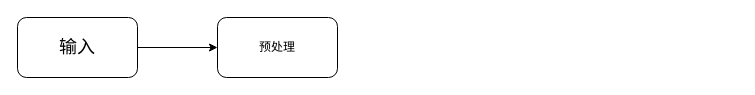
Saiable/drawio keeps this draw.io diagram as 2024工作年度总结.drawio. Above is the earlier version. Source tidied: cells renumbered, new cells numbered last; positions are measured from the earlier drawing's top-left corner, leaving out a move shared by most shapes. Both pictures are drawn from the tidied source at 100%, with x=0, y=0 at pixel (17, 17).
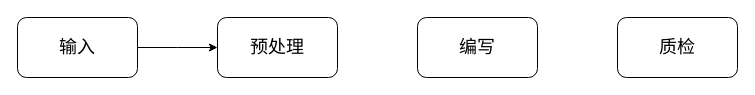
The same page after the edit.

Commit message (it also covers changes not shown here):
更新2024工作年度总结.drawio

Change to the diagram source:
```diff
@@
 <mxGraphModel>
   <root>
     <mxCell id="0" />
     <mxCell id="1" parent="0" />
-    <mxCell id="2" style="edgeStyle=orthogonalEdgeStyle;rounded=0;jettySize=auto;html=1;" parent="1" edge="1" source="3" target="4">
-      <mxGeometry relative="1" as="geometry" />
+    <mxCell id="2" style="edgeStyle=orthogonalEdgeStyle;rounded=0;jettySize=auto;html=1;" parent="1" edge="1" source="3">
+      <mxGeometry relative="1" as="geometry">
+        <mxPoint x="200" y="30" as="targetPoint" />
+      </mxGeometry>
     </mxCell>
     <mxCell id="3" value="&lt;font style=&quot;font-size: 18px;&quot;&gt;输入&lt;/font&gt;" style="rounded=1;whiteSpace=wrap;html=1;" parent="1" vertex="1">
       <mxGeometry width="120" height="60" as="geometry" />
     </mxCell>
-    <mxCell id="4" value="预处理" style="whiteSpace=wrap;html=1;rounded=1;" parent="1" vertex="1">
+    <mxCell id="4" value="&lt;font style=&quot;font-size: 18px;&quot;&gt;预处理&lt;/font&gt;" style="rounded=1;whiteSpace=wrap;html=1;" parent="1" vertex="1">
       <mxGeometry x="200" width="120" height="60" as="geometry" />
     </mxCell>
+    <mxCell id="5" value="&lt;span style=&quot;font-size: 18px;&quot;&gt;编写&lt;/span&gt;" style="rounded=1;whiteSpace=wrap;html=1;" parent="1" vertex="1">
+      <mxGeometry x="400" width="120" height="60" as="geometry" />
+    </mxCell>
+    <mxCell id="6" value="&lt;span style=&quot;font-size: 18px;&quot;&gt;质检&lt;/span&gt;" style="rounded=1;whiteSpace=wrap;html=1;" parent="1" vertex="1">
+      <mxGeometry x="600" width="120" height="60" as="geometry" />
+    </mxCell>
   </root>
 </mxGraphModel>
```
